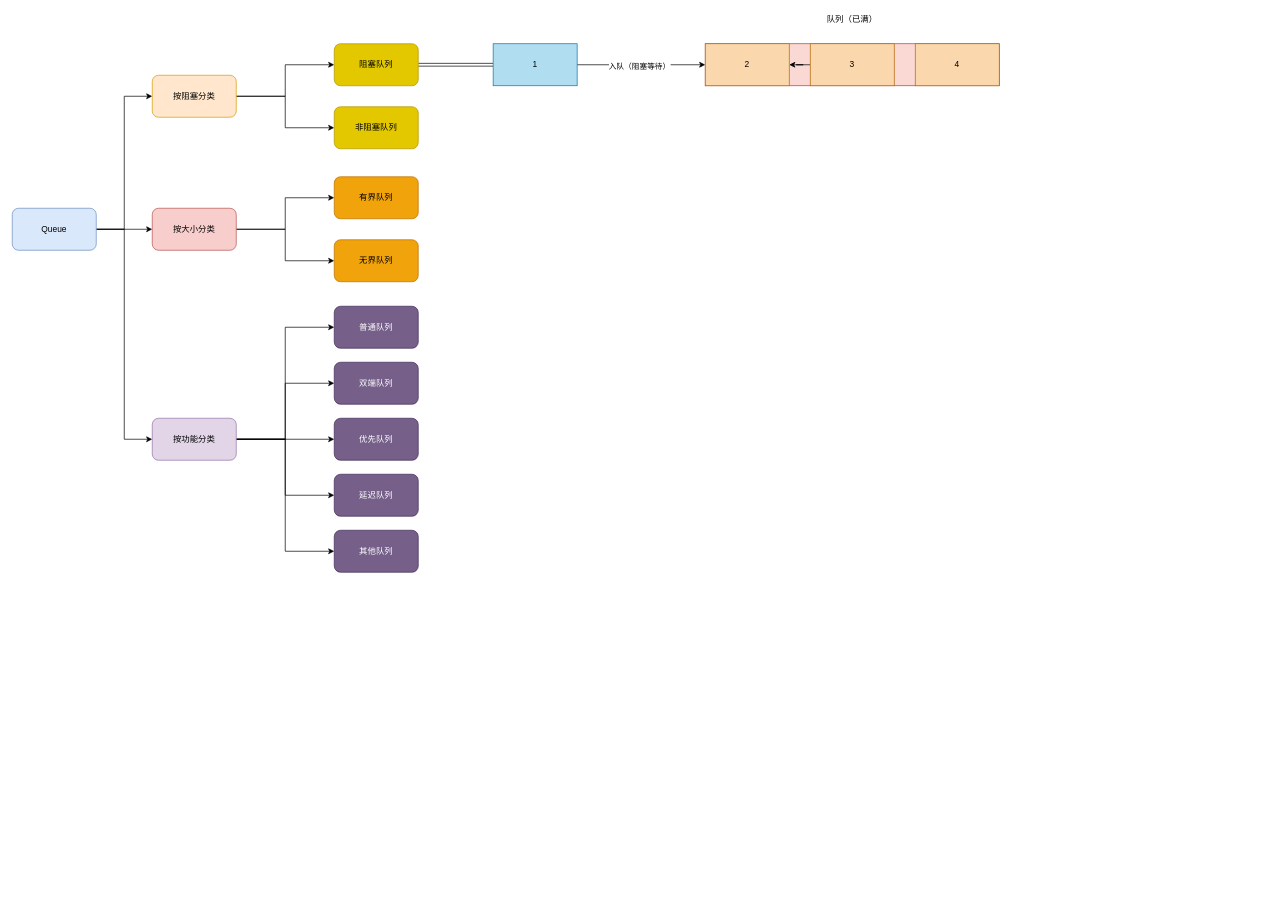
Above: mspaint/Java数据类型.drawio in D1isney/notes (draw.io), before the change. Source tidied: cells renumbered, new cells numbered last; positions are measured from the earlier drawing's top-left corner, leaving out a move shared by most shapes. Both pictures are drawn from the tidied source at 70%, with x=0, y=0 at pixel (12, 12).
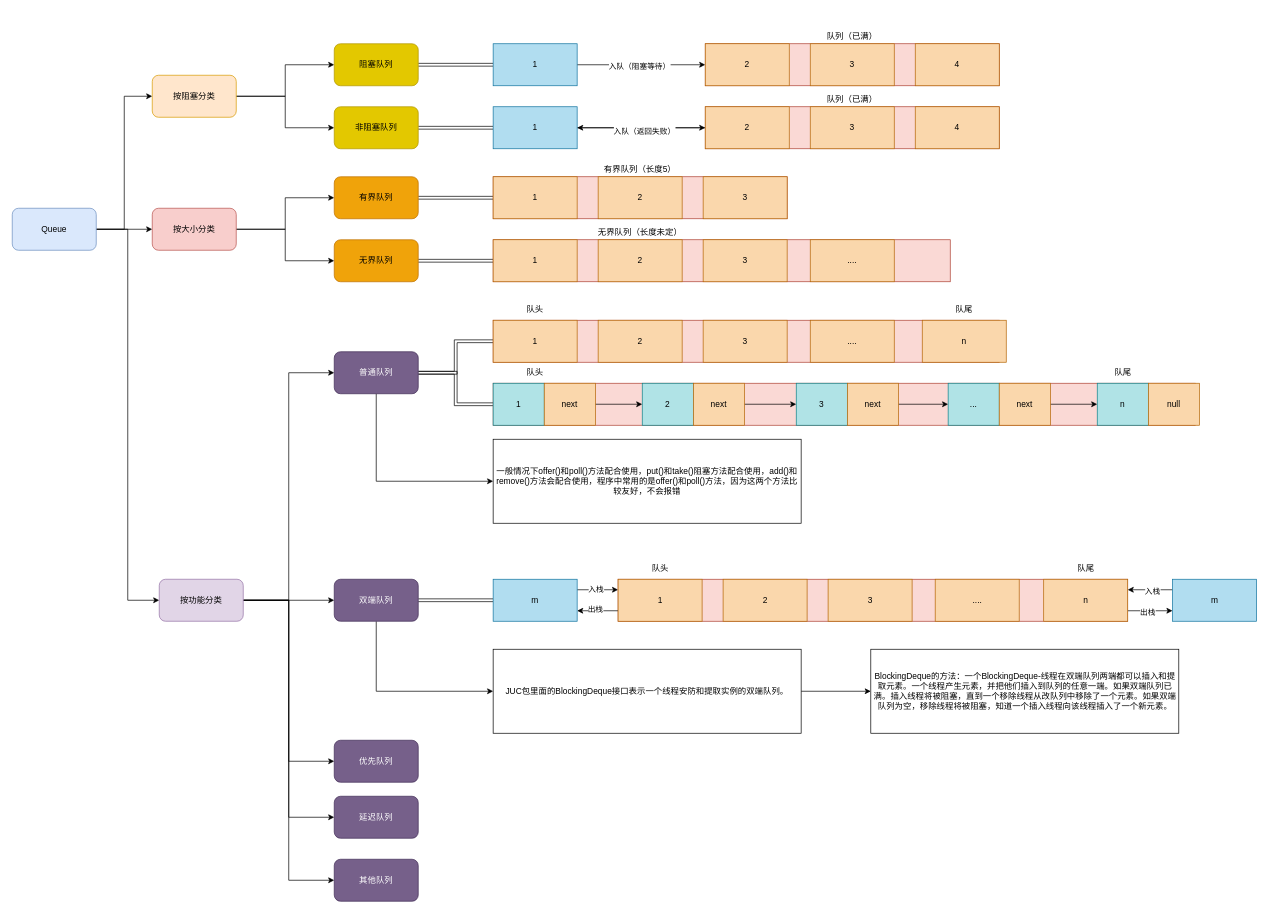
The same page after the edit.

Commit message (it also covers changes not shown here):
更新Java数据类型.drawio

Unchanged cells that the change refers to:
```xml
<mxCell id="21" value="非阻塞队列" style="rounded=1;whiteSpace=wrap;html=1;fillColor=#e3c800;fontColor=#000000;strokeColor=#B09500;" parent="1" vertex="1">
  <mxGeometry x="460" y="135" width="120" height="60" as="geometry" />
</mxCell>
<mxCell id="22" value="有界队列" style="rounded=1;whiteSpace=wrap;html=1;fillColor=#f0a30a;fontColor=#000000;strokeColor=#BD7000;" parent="1" vertex="1">
  <mxGeometry x="460" y="235" width="120" height="60" as="geometry" />
</mxCell>
<mxCell id="23" value="无界队列" style="rounded=1;whiteSpace=wrap;html=1;fillColor=#f0a30a;fontColor=#000000;strokeColor=#BD7000;" parent="1" vertex="1">
  <mxGeometry x="460" y="325" width="120" height="60" as="geometry" />
</mxCell>
<mxCell id="32" value="2" style="rounded=0;whiteSpace=wrap;html=1;fillColor=#fad7ac;strokeColor=#b46504;" parent="1" vertex="1">
  <mxGeometry x="990" y="45" width="120" height="60" as="geometry" />
</mxCell>
<mxCell id="34" value="3" style="rounded=0;whiteSpace=wrap;html=1;fillColor=#fad7ac;strokeColor=#b46504;" parent="1" vertex="1">
  <mxGeometry x="1140" y="45" width="120" height="60" as="geometry" />
</mxCell>
```

The edit, as a diff of the source:
```diff
@@
     <mxCell id="18" value="按功能分类" style="rounded=1;whiteSpace=wrap;html=1;fillColor=#e1d5e7;strokeColor=#9673a6;" parent="1" vertex="1">
-      <mxGeometry x="200" y="580" width="120" height="60" as="geometry" />
+      <mxGeometry x="210" y="810" width="120" height="60" as="geometry" />
     </mxCell>
@@
+    <mxCell id="37" style="edgeStyle=orthogonalEdgeStyle;rounded=0;jettySize=auto;html=1;exitX=1;exitY=0.5;exitDx=0;exitDy=0;entryX=0;entryY=0.5;entryDx=0;entryDy=0;shape=link;" parent="1" edge="1" source="21" target="46">
+      <mxGeometry relative="1" as="geometry" />
+    </mxCell>
@@
+    <mxCell id="38" style="edgeStyle=orthogonalEdgeStyle;rounded=0;jettySize=auto;html=1;exitX=1;exitY=0.5;exitDx=0;exitDy=0;entryX=0;entryY=0.5;entryDx=0;entryDy=0;shape=link;" parent="1" edge="1" source="22" target="55">
+      <mxGeometry relative="1" as="geometry" />
+    </mxCell>
@@
+    <mxCell id="39" style="edgeStyle=orthogonalEdgeStyle;rounded=0;jettySize=auto;html=1;exitX=1;exitY=0.5;exitDx=0;exitDy=0;shape=link;" parent="1" edge="1" source="23" target="60">
+      <mxGeometry relative="1" as="geometry" />
+    </mxCell>
@@
+    <mxCell id="40" style="edgeStyle=orthogonalEdgeStyle;rounded=0;jettySize=auto;html=1;exitX=1;exitY=0.5;exitDx=0;exitDy=0;entryX=0;entryY=0.5;entryDx=0;entryDy=0;shape=link;" parent="1" edge="1" source="24" target="66">
+      <mxGeometry relative="1" as="geometry" />
+    </mxCell>
+    <mxCell id="41" style="edgeStyle=orthogonalEdgeStyle;rounded=0;jettySize=auto;html=1;exitX=1;exitY=0.5;exitDx=0;exitDy=0;entryX=0;entryY=0.5;entryDx=0;entryDy=0;shape=link;" parent="1" edge="1" source="24" target="74">
+      <mxGeometry relative="1" as="geometry" />
+    </mxCell>
+    <mxCell id="42" style="edgeStyle=orthogonalEdgeStyle;rounded=0;jettySize=auto;html=1;exitX=0.5;exitY=1;exitDx=0;exitDy=0;entryX=0;entryY=0.5;entryDx=0;entryDy=0;" parent="1" edge="1" source="24" target="108">
+      <mxGeometry relative="1" as="geometry" />
+    </mxCell>
     <mxCell id="24" value="普通队列" style="rounded=1;whiteSpace=wrap;html=1;fillColor=#76608a;fontColor=#ffffff;strokeColor=#432D57;" parent="1" vertex="1">
-      <mxGeometry x="460" y="420" width="120" height="60" as="geometry" />
+      <mxGeometry x="460" y="485" width="120" height="60" as="geometry" />
     </mxCell>
+    <mxCell id="43" style="edgeStyle=orthogonalEdgeStyle;rounded=0;jettySize=auto;html=1;exitX=1;exitY=0.5;exitDx=0;exitDy=0;entryX=0;entryY=0.5;entryDx=0;entryDy=0;shape=link;" parent="1" edge="1" source="25" target="92">
+      <mxGeometry relative="1" as="geometry" />
+    </mxCell>
+    <mxCell id="44" style="edgeStyle=orthogonalEdgeStyle;rounded=0;jettySize=auto;html=1;exitX=0.5;exitY=1;exitDx=0;exitDy=0;entryX=0;entryY=0.5;entryDx=0;entryDy=0;" parent="1" edge="1" source="25" target="110">
+      <mxGeometry relative="1" as="geometry" />
+    </mxCell>
     <mxCell id="25" value="双端队列" style="rounded=1;whiteSpace=wrap;html=1;fillColor=#76608a;fontColor=#ffffff;strokeColor=#432D57;" parent="1" vertex="1">
-      <mxGeometry x="460" y="500" width="120" height="60" as="geometry" />
+      <mxGeometry x="460" y="810" width="120" height="60" as="geometry" />
     </mxCell>
     <mxCell id="26" value="优先队列" style="rounded=1;whiteSpace=wrap;html=1;fillColor=#76608a;fontColor=#ffffff;strokeColor=#432D57;" parent="1" vertex="1">
-      <mxGeometry x="460" y="580" width="120" height="60" as="geometry" />
+      <mxGeometry x="460" y="1040" width="120" height="60" as="geometry" />
     </mxCell>
     <mxCell id="27" value="延迟队列" style="rounded=1;whiteSpace=wrap;html=1;fillColor=#76608a;fontColor=#ffffff;strokeColor=#432D57;" parent="1" vertex="1">
-      <mxGeometry x="460" y="660" width="120" height="60" as="geometry" />
+      <mxGeometry x="460" y="1120" width="120" height="60" as="geometry" />
     </mxCell>
     <mxCell id="28" value="其他队列" style="rounded=1;whiteSpace=wrap;html=1;fillColor=#76608a;fontColor=#ffffff;strokeColor=#432D57;" parent="1" vertex="1">
-      <mxGeometry x="460" y="740" width="120" height="60" as="geometry" />
+      <mxGeometry x="460" y="1210" width="120" height="60" as="geometry" />
     </mxCell>
@@
-    <mxCell id="33" style="edgeStyle=orthogonalEdgeStyle;rounded=0;jettySize=auto;html=1;" parent="1" edge="1" source="34" target="32">
-      <mxGeometry relative="1" as="geometry" />
-    </mxCell>
@@
     <mxCell id="36" value="队列（已满）" style="text;html=1;align=center;verticalAlign=middle;whiteSpace=wrap;rounded=0;" parent="1" vertex="1">
-      <mxGeometry x="1145" width="110" height="20" as="geometry" />
+      <mxGeometry x="1145" y="25" width="110" height="20" as="geometry" />
     </mxCell>
+    <mxCell id="45" style="edgeStyle=orthogonalEdgeStyle;rounded=0;jettySize=auto;html=1;exitX=1;exitY=0.5;exitDx=0;exitDy=0;entryX=0;entryY=0.5;entryDx=0;entryDy=0;" parent="1" edge="1" source="46" target="50">
+      <mxGeometry relative="1" as="geometry" />
+    </mxCell>
+    <mxCell id="46" value="1" style="rounded=0;whiteSpace=wrap;html=1;fillColor=#b1ddf0;strokeColor=#10739e;" parent="1" vertex="1">
+      <mxGeometry x="687" y="135" width="120" height="60" as="geometry" />
+    </mxCell>
+    <mxCell id="47" style="rounded=0;whiteSpace=wrap;html=1;fillColor=#fad9d5;strokeColor=#ae4132;" parent="1" vertex="1">
+      <mxGeometry x="990" y="135" width="420" height="60" as="geometry" />
+    </mxCell>
+    <mxCell id="48" style="edgeStyle=orthogonalEdgeStyle;rounded=0;jettySize=auto;html=1;exitX=0;exitY=0.5;exitDx=0;exitDy=0;" parent="1" edge="1" source="50" target="46">
+      <mxGeometry relative="1" as="geometry" />
+    </mxCell>
+    <mxCell id="49" value="入队（返回失败）" style="edgeLabel;html=1;align=center;verticalAlign=middle;" parent="48" vertex="1">
+      <mxGeometry x="-0.04" y="4" relative="1" as="geometry" />
+    </mxCell>
+    <mxCell id="50" value="2" style="rounded=0;whiteSpace=wrap;html=1;fillColor=#fad7ac;strokeColor=#b46504;" parent="1" vertex="1">
+      <mxGeometry x="990" y="135" width="120" height="60" as="geometry" />
+    </mxCell>
+    <mxCell id="51" value="3" style="rounded=0;whiteSpace=wrap;html=1;fillColor=#fad7ac;strokeColor=#b46504;" parent="1" vertex="1">
+      <mxGeometry x="1140" y="135" width="120" height="60" as="geometry" />
+    </mxCell>
+    <mxCell id="52" value="4" style="rounded=0;whiteSpace=wrap;html=1;fillColor=#fad7ac;strokeColor=#b46504;" parent="1" vertex="1">
+      <mxGeometry x="1290" y="135" width="120" height="60" as="geometry" />
+    </mxCell>
+    <mxCell id="53" value="队列（已满）" style="text;html=1;align=center;verticalAlign=middle;whiteSpace=wrap;rounded=0;" parent="1" vertex="1">
+      <mxGeometry x="1145" y="115" width="110" height="20" as="geometry" />
+    </mxCell>
+    <mxCell id="54" style="rounded=0;whiteSpace=wrap;html=1;fillColor=#fad9d5;strokeColor=#ae4132;" parent="1" vertex="1">
+      <mxGeometry x="687" y="235" width="420" height="60" as="geometry" />
+    </mxCell>
+    <mxCell id="55" value="1" style="rounded=0;whiteSpace=wrap;html=1;fillColor=#fad7ac;strokeColor=#b46504;" parent="1" vertex="1">
+      <mxGeometry x="687" y="235" width="120" height="60" as="geometry" />
+    </mxCell>
+    <mxCell id="56" value="2" style="rounded=0;whiteSpace=wrap;html=1;fillColor=#fad7ac;strokeColor=#b46504;" parent="1" vertex="1">
+      <mxGeometry x="837" y="235" width="120" height="60" as="geometry" />
+    </mxCell>
+    <mxCell id="57" value="3" style="rounded=0;whiteSpace=wrap;html=1;fillColor=#fad7ac;strokeColor=#b46504;" parent="1" vertex="1">
+      <mxGeometry x="987" y="235" width="120" height="60" as="geometry" />
+    </mxCell>
+    <mxCell id="58" value="有界队列（长度5）" style="text;html=1;align=center;verticalAlign=middle;whiteSpace=wrap;rounded=0;" parent="1" vertex="1">
+      <mxGeometry x="842" y="215" width="110" height="20" as="geometry" />
+    </mxCell>
+    <mxCell id="59" style="rounded=0;whiteSpace=wrap;html=1;fillColor=#fad9d5;strokeColor=#ae4132;" parent="1" vertex="1">
+      <mxGeometry x="687" y="325" width="653" height="60" as="geometry" />
+    </mxCell>
+    <mxCell id="60" value="1" style="rounded=0;whiteSpace=wrap;html=1;fillColor=#fad7ac;strokeColor=#b46504;" parent="1" vertex="1">
+      <mxGeometry x="687" y="325" width="120" height="60" as="geometry" />
+    </mxCell>
+    <mxCell id="61" value="2" style="rounded=0;whiteSpace=wrap;html=1;fillColor=#fad7ac;strokeColor=#b46504;" parent="1" vertex="1">
+      <mxGeometry x="837" y="325" width="120" height="60" as="geometry" />
+    </mxCell>
+    <mxCell id="62" value="3" style="rounded=0;whiteSpace=wrap;html=1;fillColor=#fad7ac;strokeColor=#b46504;" parent="1" vertex="1">
+      <mxGeometry x="987" y="325" width="120" height="60" as="geometry" />
+    </mxCell>
+    <mxCell id="63" value="无界队列（长度未定）" style="text;html=1;align=center;verticalAlign=middle;whiteSpace=wrap;rounded=0;" parent="1" vertex="1">
+      <mxGeometry x="833" y="305" width="128" height="20" as="geometry" />
+    </mxCell>
+    <mxCell id="64" value="...." style="rounded=0;whiteSpace=wrap;html=1;fillColor=#fad7ac;strokeColor=#b46504;" parent="1" vertex="1">
+      <mxGeometry x="1140" y="325" width="120" height="60" as="geometry" />
+    </mxCell>
+    <mxCell id="65" style="rounded=0;whiteSpace=wrap;html=1;fillColor=#fad9d5;strokeColor=#ae4132;" parent="1" vertex="1">
+      <mxGeometry x="687" y="440" width="723" height="60" as="geometry" />
+    </mxCell>
+    <mxCell id="66" value="1" style="rounded=0;whiteSpace=wrap;html=1;fillColor=#fad7ac;strokeColor=#b46504;" parent="1" vertex="1">
+      <mxGeometry x="687" y="440" width="120" height="60" as="geometry" />
+    </mxCell>
+    <mxCell id="67" value="2" style="rounded=0;whiteSpace=wrap;html=1;fillColor=#fad7ac;strokeColor=#b46504;" parent="1" vertex="1">
+      <mxGeometry x="837" y="440" width="120" height="60" as="geometry" />
+    </mxCell>
+    <mxCell id="68" value="3" style="rounded=0;whiteSpace=wrap;html=1;fillColor=#fad7ac;strokeColor=#b46504;" parent="1" vertex="1">
+      <mxGeometry x="987" y="440" width="120" height="60" as="geometry" />
+    </mxCell>
+    <mxCell id="69" value="...." style="rounded=0;whiteSpace=wrap;html=1;fillColor=#fad7ac;strokeColor=#b46504;" parent="1" vertex="1">
+      <mxGeometry x="1140" y="440" width="120" height="60" as="geometry" />
+    </mxCell>
+    <mxCell id="70" value="队头" style="text;html=1;align=center;verticalAlign=middle;whiteSpace=wrap;rounded=0;" parent="1" vertex="1">
+      <mxGeometry x="717" y="410" width="60" height="30" as="geometry" />
+    </mxCell>
+    <mxCell id="71" value="队尾" style="text;html=1;align=center;verticalAlign=middle;whiteSpace=wrap;rounded=0;" parent="1" vertex="1">
+      <mxGeometry x="1330" y="410" width="60" height="30" as="geometry" />
+    </mxCell>
+    <mxCell id="72" value="n" style="rounded=0;whiteSpace=wrap;html=1;fillColor=#fad7ac;strokeColor=#b46504;" parent="1" vertex="1">
+      <mxGeometry x="1300" y="440" width="120" height="60" as="geometry" />
+    </mxCell>
+    <mxCell id="73" style="rounded=0;whiteSpace=wrap;html=1;fillColor=#fad9d5;strokeColor=#ae4132;" parent="1" vertex="1">
+      <mxGeometry x="687" y="530" width="1003" height="60" as="geometry" />
+    </mxCell>
+    <mxCell id="74" value="1" style="rounded=0;whiteSpace=wrap;html=1;fillColor=#b0e3e6;strokeColor=#0e8088;" parent="1" vertex="1">
+      <mxGeometry x="687" y="530" width="73" height="60" as="geometry" />
+    </mxCell>
+    <mxCell id="75" value="队头" style="text;html=1;align=center;verticalAlign=middle;whiteSpace=wrap;rounded=0;" parent="1" vertex="1">
+      <mxGeometry x="717" y="500" width="60" height="30" as="geometry" />
+    </mxCell>
+    <mxCell id="76" value="队尾" style="text;html=1;align=center;verticalAlign=middle;whiteSpace=wrap;rounded=0;" parent="1" vertex="1">
+      <mxGeometry x="1556.5" y="500" width="60" height="30" as="geometry" />
+    </mxCell>
+    <mxCell id="77" style="edgeStyle=orthogonalEdgeStyle;rounded=0;jettySize=auto;html=1;exitX=1;exitY=0.5;exitDx=0;exitDy=0;entryX=0;entryY=0.5;entryDx=0;entryDy=0;" parent="1" edge="1" source="78" target="79">
+      <mxGeometry relative="1" as="geometry" />
+    </mxCell>
+    <mxCell id="78" value="next" style="rounded=0;whiteSpace=wrap;html=1;fillColor=#fad7ac;strokeColor=#b46504;" parent="1" vertex="1">
+      <mxGeometry x="760" y="530" width="73" height="60" as="geometry" />
+    </mxCell>
+    <mxCell id="79" value="2" style="rounded=0;whiteSpace=wrap;html=1;fillColor=#b0e3e6;strokeColor=#0e8088;" parent="1" vertex="1">
+      <mxGeometry x="900" y="530" width="73" height="60" as="geometry" />
+    </mxCell>
+    <mxCell id="80" style="edgeStyle=orthogonalEdgeStyle;rounded=0;jettySize=auto;html=1;" parent="1" edge="1" source="81" target="82">
+      <mxGeometry relative="1" as="geometry" />
+    </mxCell>
+    <mxCell id="81" value="next" style="rounded=0;whiteSpace=wrap;html=1;fillColor=#fad7ac;strokeColor=#b46504;" parent="1" vertex="1">
+      <mxGeometry x="973" y="530" width="73" height="60" as="geometry" />
+    </mxCell>
+    <mxCell id="82" value="3" style="rounded=0;whiteSpace=wrap;html=1;fillColor=#b0e3e6;strokeColor=#0e8088;" parent="1" vertex="1">
+      <mxGeometry x="1120" y="530" width="73" height="60" as="geometry" />
+    </mxCell>
+    <mxCell id="83" style="edgeStyle=orthogonalEdgeStyle;rounded=0;jettySize=auto;html=1;" parent="1" edge="1" source="84" target="85">
+      <mxGeometry relative="1" as="geometry" />
+    </mxCell>
+    <mxCell id="84" value="next" style="rounded=0;whiteSpace=wrap;html=1;fillColor=#fad7ac;strokeColor=#b46504;" parent="1" vertex="1">
+      <mxGeometry x="1193" y="530" width="73" height="60" as="geometry" />
+    </mxCell>
+    <mxCell id="85" value="..." style="rounded=0;whiteSpace=wrap;html=1;fillColor=#b0e3e6;strokeColor=#0e8088;" parent="1" vertex="1">
+      <mxGeometry x="1337" y="530" width="73" height="60" as="geometry" />
+    </mxCell>
+    <mxCell id="86" style="edgeStyle=orthogonalEdgeStyle;rounded=0;jettySize=auto;html=1;" parent="1" edge="1" source="87" target="88">
+      <mxGeometry relative="1" as="geometry" />
+    </mxCell>
+    <mxCell id="87" value="next" style="rounded=0;whiteSpace=wrap;html=1;fillColor=#fad7ac;strokeColor=#b46504;" parent="1" vertex="1">
+      <mxGeometry x="1410" y="530" width="73" height="60" as="geometry" />
+    </mxCell>
+    <mxCell id="88" value="n" style="rounded=0;whiteSpace=wrap;html=1;fillColor=#b0e3e6;strokeColor=#0e8088;" parent="1" vertex="1">
+      <mxGeometry x="1550" y="530" width="73" height="60" as="geometry" />
+    </mxCell>
+    <mxCell id="89" value="null" style="rounded=0;whiteSpace=wrap;html=1;fillColor=#fad7ac;strokeColor=#b46504;" parent="1" vertex="1">
+      <mxGeometry x="1623" y="530" width="73" height="60" as="geometry" />
+    </mxCell>
+    <mxCell id="90" style="edgeStyle=orthogonalEdgeStyle;rounded=0;jettySize=auto;html=1;exitX=1;exitY=0.25;exitDx=0;exitDy=0;entryX=0;entryY=0.25;entryDx=0;entryDy=0;" parent="1" edge="1" source="92" target="99">
+      <mxGeometry relative="1" as="geometry" />
+    </mxCell>
+    <mxCell id="91" value="入栈" style="edgeLabel;html=1;align=center;verticalAlign=middle;" parent="90" vertex="1">
+      <mxGeometry x="-0.16" y="1" relative="1" as="geometry">
+        <mxPoint x="1" as="offset" />
+      </mxGeometry>
+    </mxCell>
+    <mxCell id="92" value="&lt;div&gt;m&lt;/div&gt;" style="rounded=0;whiteSpace=wrap;html=1;fillColor=#b1ddf0;strokeColor=#10739e;" parent="1" vertex="1">
+      <mxGeometry x="687" y="810" width="120" height="60" as="geometry" />
+    </mxCell>
+    <mxCell id="93" style="edgeStyle=orthogonalEdgeStyle;rounded=0;jettySize=auto;html=1;exitX=0;exitY=0.25;exitDx=0;exitDy=0;entryX=1;entryY=0.25;entryDx=0;entryDy=0;" parent="1" edge="1" source="95" target="105">
+      <mxGeometry relative="1" as="geometry" />
+    </mxCell>
+    <mxCell id="94" value="入栈" style="edgeLabel;html=1;align=center;verticalAlign=middle;" parent="93" vertex="1">
+      <mxGeometry x="-0.09" y="1" relative="1" as="geometry" />
+    </mxCell>
+    <mxCell id="95" value="m" style="rounded=0;whiteSpace=wrap;html=1;fillColor=#b1ddf0;strokeColor=#10739e;" parent="1" vertex="1">
+      <mxGeometry x="1657.5" y="810" width="120" height="60" as="geometry" />
+    </mxCell>
+    <mxCell id="96" style="rounded=0;whiteSpace=wrap;html=1;fillColor=#fad9d5;strokeColor=#ae4132;" parent="1" vertex="1">
+      <mxGeometry x="865.5" y="810" width="728" height="60" as="geometry" />
+    </mxCell>
+    <mxCell id="97" style="edgeStyle=orthogonalEdgeStyle;rounded=0;jettySize=auto;html=1;exitX=0;exitY=0.75;exitDx=0;exitDy=0;entryX=1;entryY=0.75;entryDx=0;entryDy=0;" parent="1" edge="1" source="99" target="92">
+      <mxGeometry relative="1" as="geometry" />
+    </mxCell>
+    <mxCell id="98" value="出栈" style="edgeLabel;html=1;align=center;verticalAlign=middle;" parent="97" vertex="1">
+      <mxGeometry x="0.13" y="-3" relative="1" as="geometry" />
+    </mxCell>
+    <mxCell id="99" value="1" style="rounded=0;whiteSpace=wrap;html=1;fillColor=#fad7ac;strokeColor=#b46504;" parent="1" vertex="1">
+      <mxGeometry x="865.5" y="810" width="120" height="60" as="geometry" />
+    </mxCell>
+    <mxCell id="100" value="2" style="rounded=0;whiteSpace=wrap;html=1;fillColor=#fad7ac;strokeColor=#b46504;" parent="1" vertex="1">
+      <mxGeometry x="1015.5" y="810" width="120" height="60" as="geometry" />
+    </mxCell>
+    <mxCell id="101" value="3" style="rounded=0;whiteSpace=wrap;html=1;fillColor=#fad7ac;strokeColor=#b46504;" parent="1" vertex="1">
+      <mxGeometry x="1165.5" y="810" width="120" height="60" as="geometry" />
+    </mxCell>
+    <mxCell id="102" value="...." style="rounded=0;whiteSpace=wrap;html=1;fillColor=#fad7ac;strokeColor=#b46504;" parent="1" vertex="1">
+      <mxGeometry x="1318.5" y="810" width="120" height="60" as="geometry" />
+    </mxCell>
+    <mxCell id="103" style="edgeStyle=orthogonalEdgeStyle;rounded=0;jettySize=auto;html=1;exitX=1;exitY=0.75;exitDx=0;exitDy=0;entryX=0;entryY=0.75;entryDx=0;entryDy=0;" parent="1" edge="1" source="105" target="95">
+      <mxGeometry relative="1" as="geometry" />
+    </mxCell>
+    <mxCell id="104" value="出栈" style="edgeLabel;html=1;align=center;verticalAlign=middle;" parent="103" vertex="1">
+      <mxGeometry x="-0.12" y="-1" relative="1" as="geometry" />
+    </mxCell>
+    <mxCell id="105" value="n" style="rounded=0;whiteSpace=wrap;html=1;fillColor=#fad7ac;strokeColor=#b46504;" parent="1" vertex="1">
+      <mxGeometry x="1473.5" y="810" width="120" height="60" as="geometry" />
+    </mxCell>
+    <mxCell id="106" value="队头" style="text;html=1;align=center;verticalAlign=middle;whiteSpace=wrap;rounded=0;" parent="1" vertex="1">
+      <mxGeometry x="895.5" y="780" width="60" height="30" as="geometry" />
+    </mxCell>
+    <mxCell id="107" value="队尾" style="text;html=1;align=center;verticalAlign=middle;whiteSpace=wrap;rounded=0;" parent="1" vertex="1">
+      <mxGeometry x="1503.5" y="780" width="60" height="30" as="geometry" />
+    </mxCell>
+    <mxCell id="108" value="一般情况下offer()和poll()方法配合使用，put()和take()阻塞方法配合使用，add()和remove()方法会配合使用，程序中常用的是offer()和poll()方法，因为这两个方法比较友好，不会报错" style="rounded=0;whiteSpace=wrap;html=1;" parent="1" vertex="1">
+      <mxGeometry x="687" y="610" width="440" height="120" as="geometry" />
+    </mxCell>
+    <mxCell id="109" style="edgeStyle=orthogonalEdgeStyle;rounded=0;jettySize=auto;html=1;" parent="1" edge="1" source="110" target="111">
+      <mxGeometry relative="1" as="geometry" />
+    </mxCell>
+    <mxCell id="110" value="JUC包里面的BlockingDeque接口表示一个线程安防和提取实例的双端队列。" style="rounded=0;whiteSpace=wrap;html=1;" parent="1" vertex="1">
+      <mxGeometry x="687" y="910" width="440" height="120" as="geometry" />
+    </mxCell>
+    <mxCell id="111" value="BlockingDeque的方法：一个BlockingDeque-线程在双端队列两端都可以插入和提取元素。一个线程产生元素，并把他们插入到队列的任意一端。如果双端队列已满。插入线程将被阻塞，直到一个移除线程从改队列中移除了一个元素。如果双端队列为空，移除线程将被阻塞，知道一个插入线程向该线程插入了一个新元素。" style="rounded=0;whiteSpace=wrap;html=1;" parent="1" vertex="1">
+      <mxGeometry x="1226.5" y="910" width="440" height="120" as="geometry" />
+    </mxCell>
```
